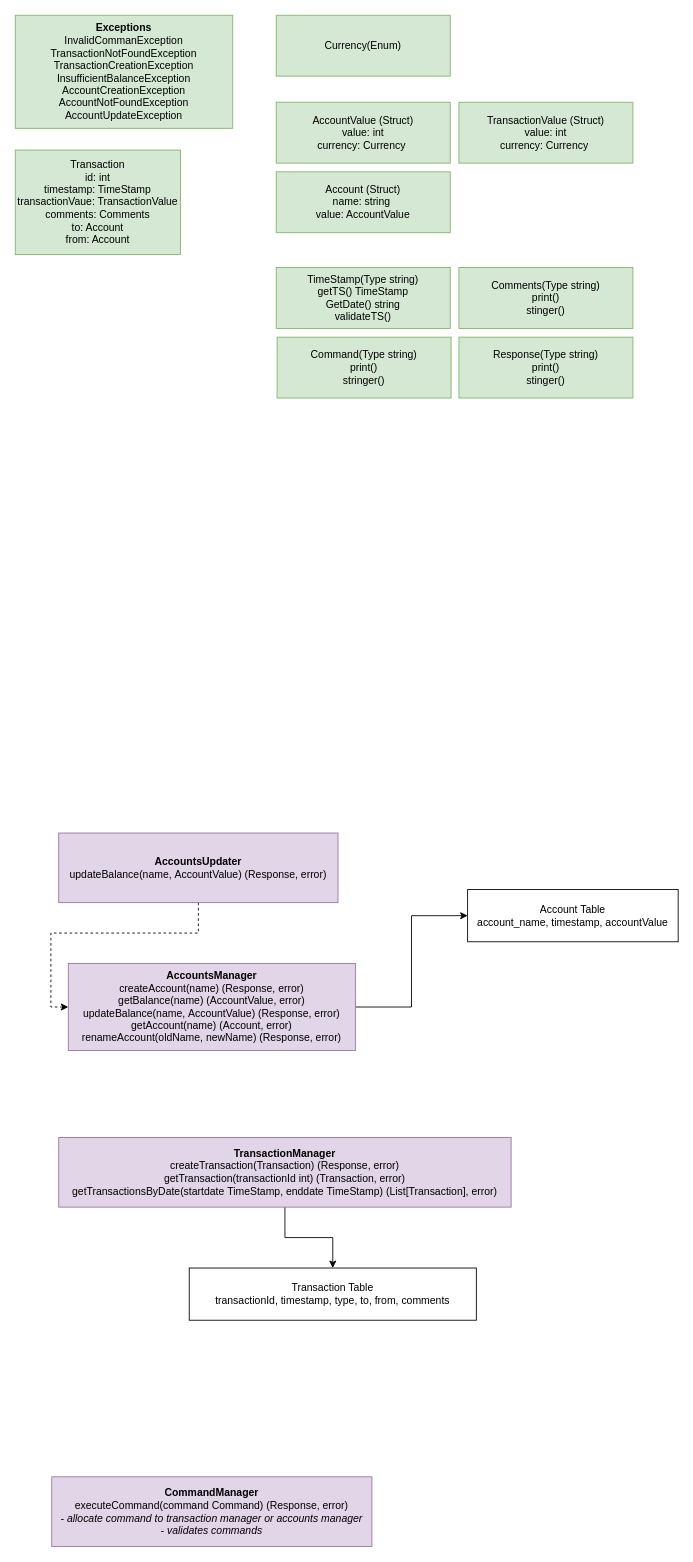
pogo420/persofin keeps this draw.io diagram as page "LLD" (2 of 3) of architecture/personal_finance_utility.drawio. Above is the earlier version. Source tidied: cells renumbered, new cells numbered last; positions are measured from the earlier drawing's top-left corner, leaving out a move shared by most shapes. Both pictures are drawn from the tidied source at 87%, with x=0, y=0 at pixel (15, 15).
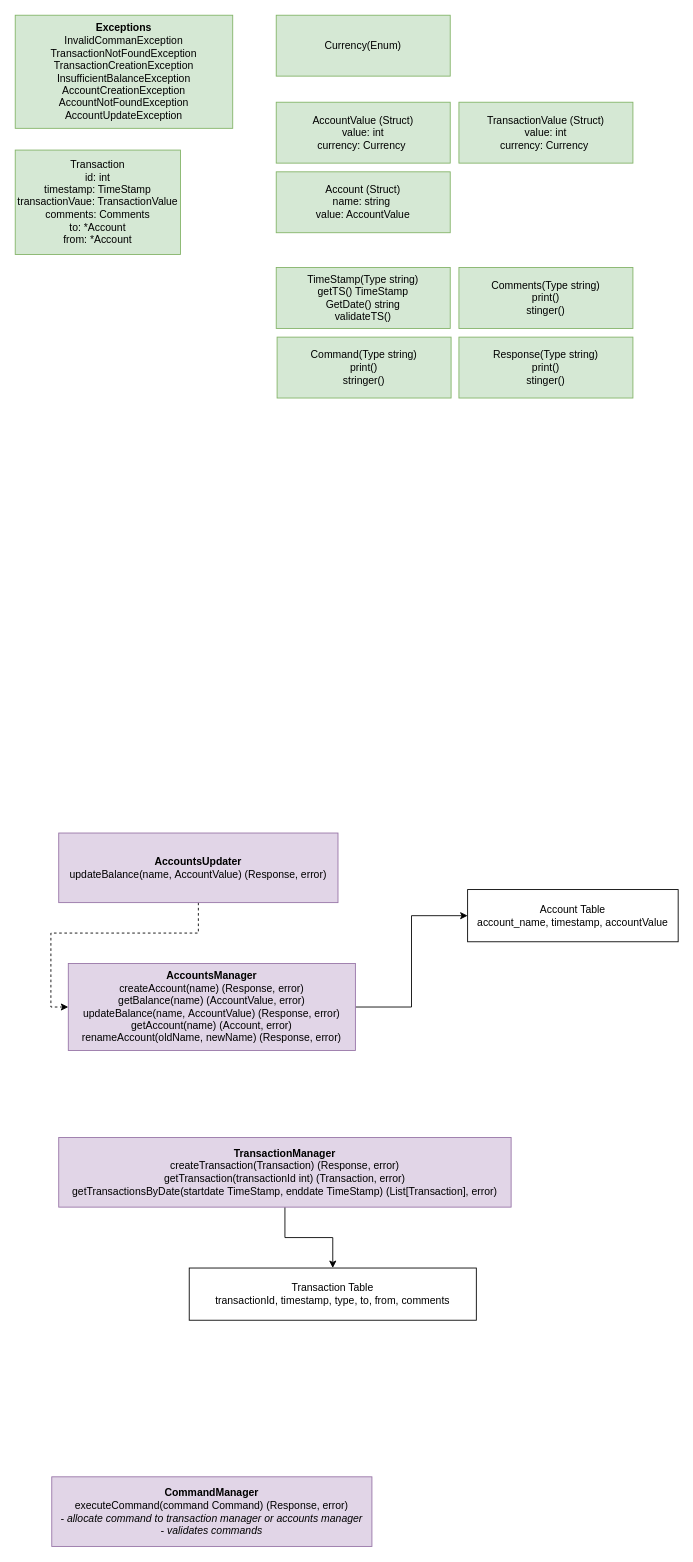
After the change.

Commit message (it also covers changes not shown here):
null account update

What changed in the source:
```diff
@@
-    <mxCell id="2" value="Transaction&lt;br&gt;id: int&lt;br&gt;timestamp: TimeStamp&lt;br&gt;transactionVaue: TransactionValue&lt;br&gt;comments: Comments&lt;br&gt;to: Account&lt;br&gt;from: Account" style="rounded=0;whiteSpace=wrap;html=1;fillColor=#d5e8d4;strokeColor=#82b366;" parent="1" vertex="1">
+    <mxCell id="2" value="Transaction&lt;br&gt;id: int&lt;br&gt;timestamp: TimeStamp&lt;br&gt;transactionVaue: TransactionValue&lt;br&gt;comments: Comments&lt;br&gt;to: *Account&lt;br&gt;from: *Account" style="rounded=0;whiteSpace=wrap;html=1;fillColor=#d5e8d4;strokeColor=#82b366;" parent="1" vertex="1">
       <mxGeometry y="155" width="190" height="120" as="geometry" />
     </mxCell>
```
